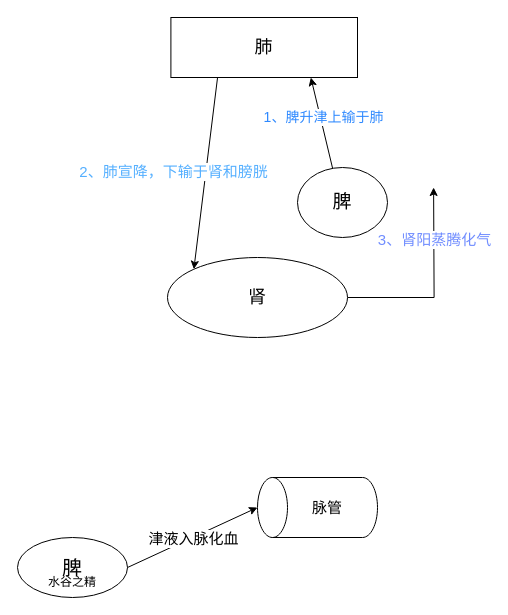
The draw.io diagram 医门推敲叁/精气血津液神/精气血津液神之间的关系/津生气的过程.drawio in 328507133/chart, before the edit. Source tidied: cells renumbered, new cells numbered last; positions are measured from the earlier drawing's top-left corner, leaving out a move shared by most shapes. Both pictures are drawn from the tidied source at 100%, with x=0, y=0 at pixel (17, 17).
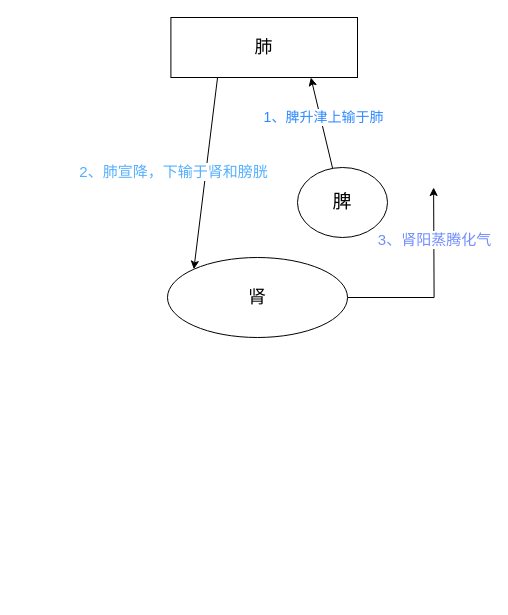
After the change.

Commit message:
更新津生气的过程.drawio

What changed in the source:
```diff
@@
 <mxGraphModel>
   <root>
     <mxCell id="0" />
     <mxCell id="1" parent="0" />
     <mxCell id="2" style="endArrow=classic;html=1;rounded=0;exitX=0.391;exitY=0.017;exitDx=0;exitDy=0;exitPerimeter=0;entryX=0.75;entryY=1;entryDx=0;entryDy=0;" parent="1" edge="1" source="9" target="8">
       <mxGeometry relative="1" as="geometry" />
     </mxCell>
     <mxCell id="3" value="&lt;font style=&quot;font-size: 14px;&quot;&gt;1、脾升津上输于肺&lt;/font&gt;" style="edgeLabel;html=1;align=center;verticalAlign=middle;fontColor=#2E89FF;" parent="2" vertex="1">
       <mxGeometry x="0.1" y="-3" relative="1" as="geometry" />
     </mxCell>
     <mxCell id="4" style="edgeStyle=orthogonalEdgeStyle;rounded=0;jettySize=auto;html=1;exitX=1;exitY=0.5;exitDx=0;exitDy=0;" parent="1" edge="1" source="10">
       <mxGeometry relative="1" as="geometry">
         <mxPoint x="416.1" y="170" as="targetPoint" />
       </mxGeometry>
     </mxCell>
     <mxCell id="5" value="&lt;font color=&quot;#708dff&quot; style=&quot;font-size: 15px;&quot;&gt;3、肾阳蒸腾化气&lt;/font&gt;" style="edgeLabel;html=1;align=center;verticalAlign=middle;fontSize=15;" parent="4" vertex="1">
       <mxGeometry x="0.47" relative="1" as="geometry" />
     </mxCell>
     <mxCell id="6" style="endArrow=classic;html=1;rounded=0;entryX=0;entryY=0;entryDx=0;entryDy=0;exitX=0.25;exitY=1;exitDx=0;exitDy=0;" parent="1" edge="1" source="8" target="10">
       <mxGeometry relative="1" as="geometry" />
     </mxCell>
     <mxCell id="7" value="&lt;font style=&quot;font-size: 15px;&quot;&gt;2、肺宣降，下输于肾和膀胱&lt;/font&gt;" style="edgeLabel;html=1;align=center;verticalAlign=middle;fontColor=#54AFFF;" parent="6" vertex="1">
       <mxGeometry x="-0.08" y="-3" relative="1" as="geometry">
         <mxPoint x="-31" y="6" as="offset" />
       </mxGeometry>
     </mxCell>
     <mxCell id="8" value="肺" style="rounded=0;whiteSpace=wrap;html=1;fontSize=18;" parent="1" vertex="1">
       <mxGeometry x="153.4" width="186.6" height="60" as="geometry" />
     </mxCell>
     <mxCell id="9" value="脾" style="ellipse;whiteSpace=wrap;html=1;fontSize=19;" parent="1" vertex="1">
       <mxGeometry x="280" y="150" width="90" height="70" as="geometry" />
     </mxCell>
     <mxCell id="10" value="肾" style="ellipse;whiteSpace=wrap;html=1;fontSize=18;" parent="1" vertex="1">
       <mxGeometry x="150" y="240" width="180" height="80" as="geometry" />
     </mxCell>
-    <mxCell id="11" value="脾" style="ellipse;whiteSpace=wrap;html=1;fontSize=20;" parent="1" vertex="1">
-      <mxGeometry y="520" width="110" height="60" as="geometry" />
-    </mxCell>
-    <mxCell id="12" style="shape=cylinder3;whiteSpace=wrap;html=1;boundedLbl=1;backgroundOutline=1;size=15;rotation=-90;" parent="1" vertex="1">
-      <mxGeometry x="270" y="430" width="60" height="120" as="geometry" />
-    </mxCell>
-    <mxCell id="13" style="endArrow=classic;html=1;rounded=0;exitX=1;exitY=0.5;exitDx=0;exitDy=0;entryX=0.5;entryY=0;entryDx=0;entryDy=0;entryPerimeter=0;" parent="1" edge="1" source="11" target="12">
-      <mxGeometry relative="1" as="geometry" />
-    </mxCell>
-    <mxCell id="14" value="津液入脉化血" style="edgeLabel;html=1;align=center;verticalAlign=middle;fontSize=15;" parent="13" vertex="1">
-      <mxGeometry x="0.01" y="-1" relative="1" as="geometry" />
-    </mxCell>
-    <mxCell id="15" value="脉管" style="text;html=1;strokeColor=none;fillColor=none;align=center;verticalAlign=middle;whiteSpace=wrap;rounded=0;fontSize=15;" parent="1" vertex="1">
-      <mxGeometry x="280" y="475" width="60" height="30" as="geometry" />
-    </mxCell>
-    <mxCell id="16" value="水谷之精" style="text;html=1;strokeColor=none;fillColor=none;align=center;verticalAlign=middle;whiteSpace=wrap;rounded=0;" parent="1" vertex="1">
-      <mxGeometry x="25" y="550" width="60" height="30" as="geometry" />
-    </mxCell>
   </root>
 </mxGraphModel>
```
